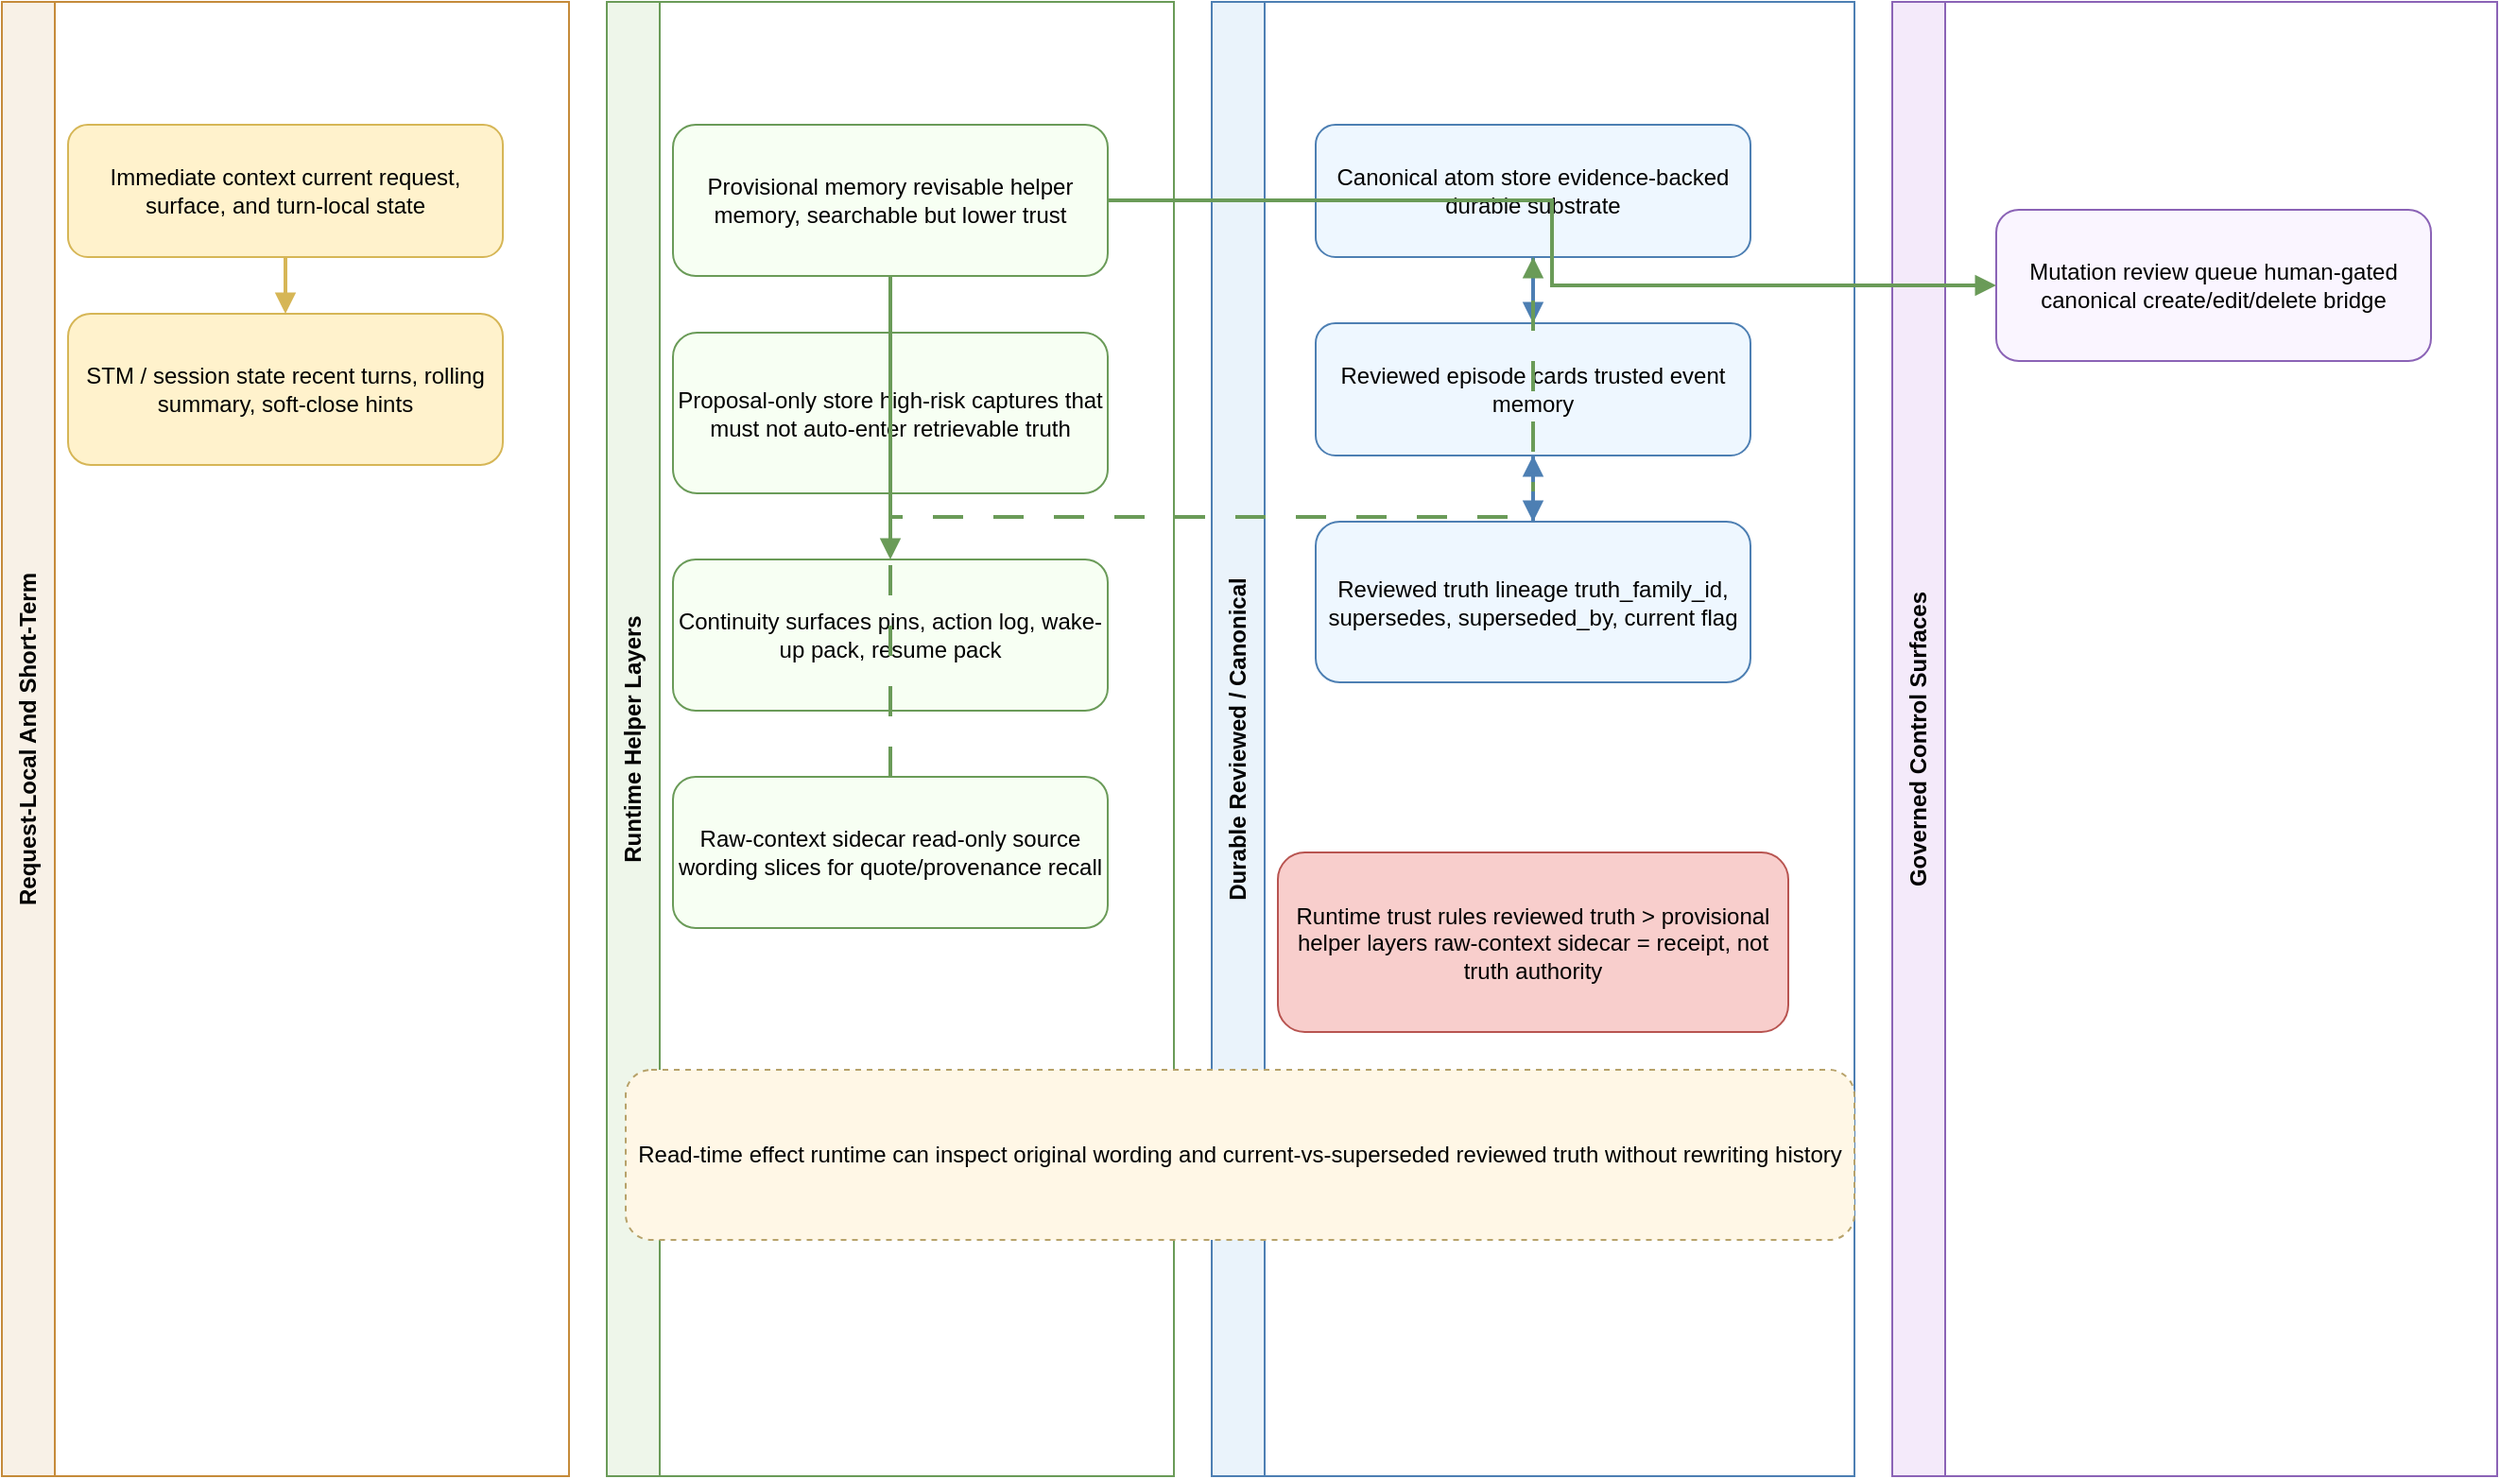
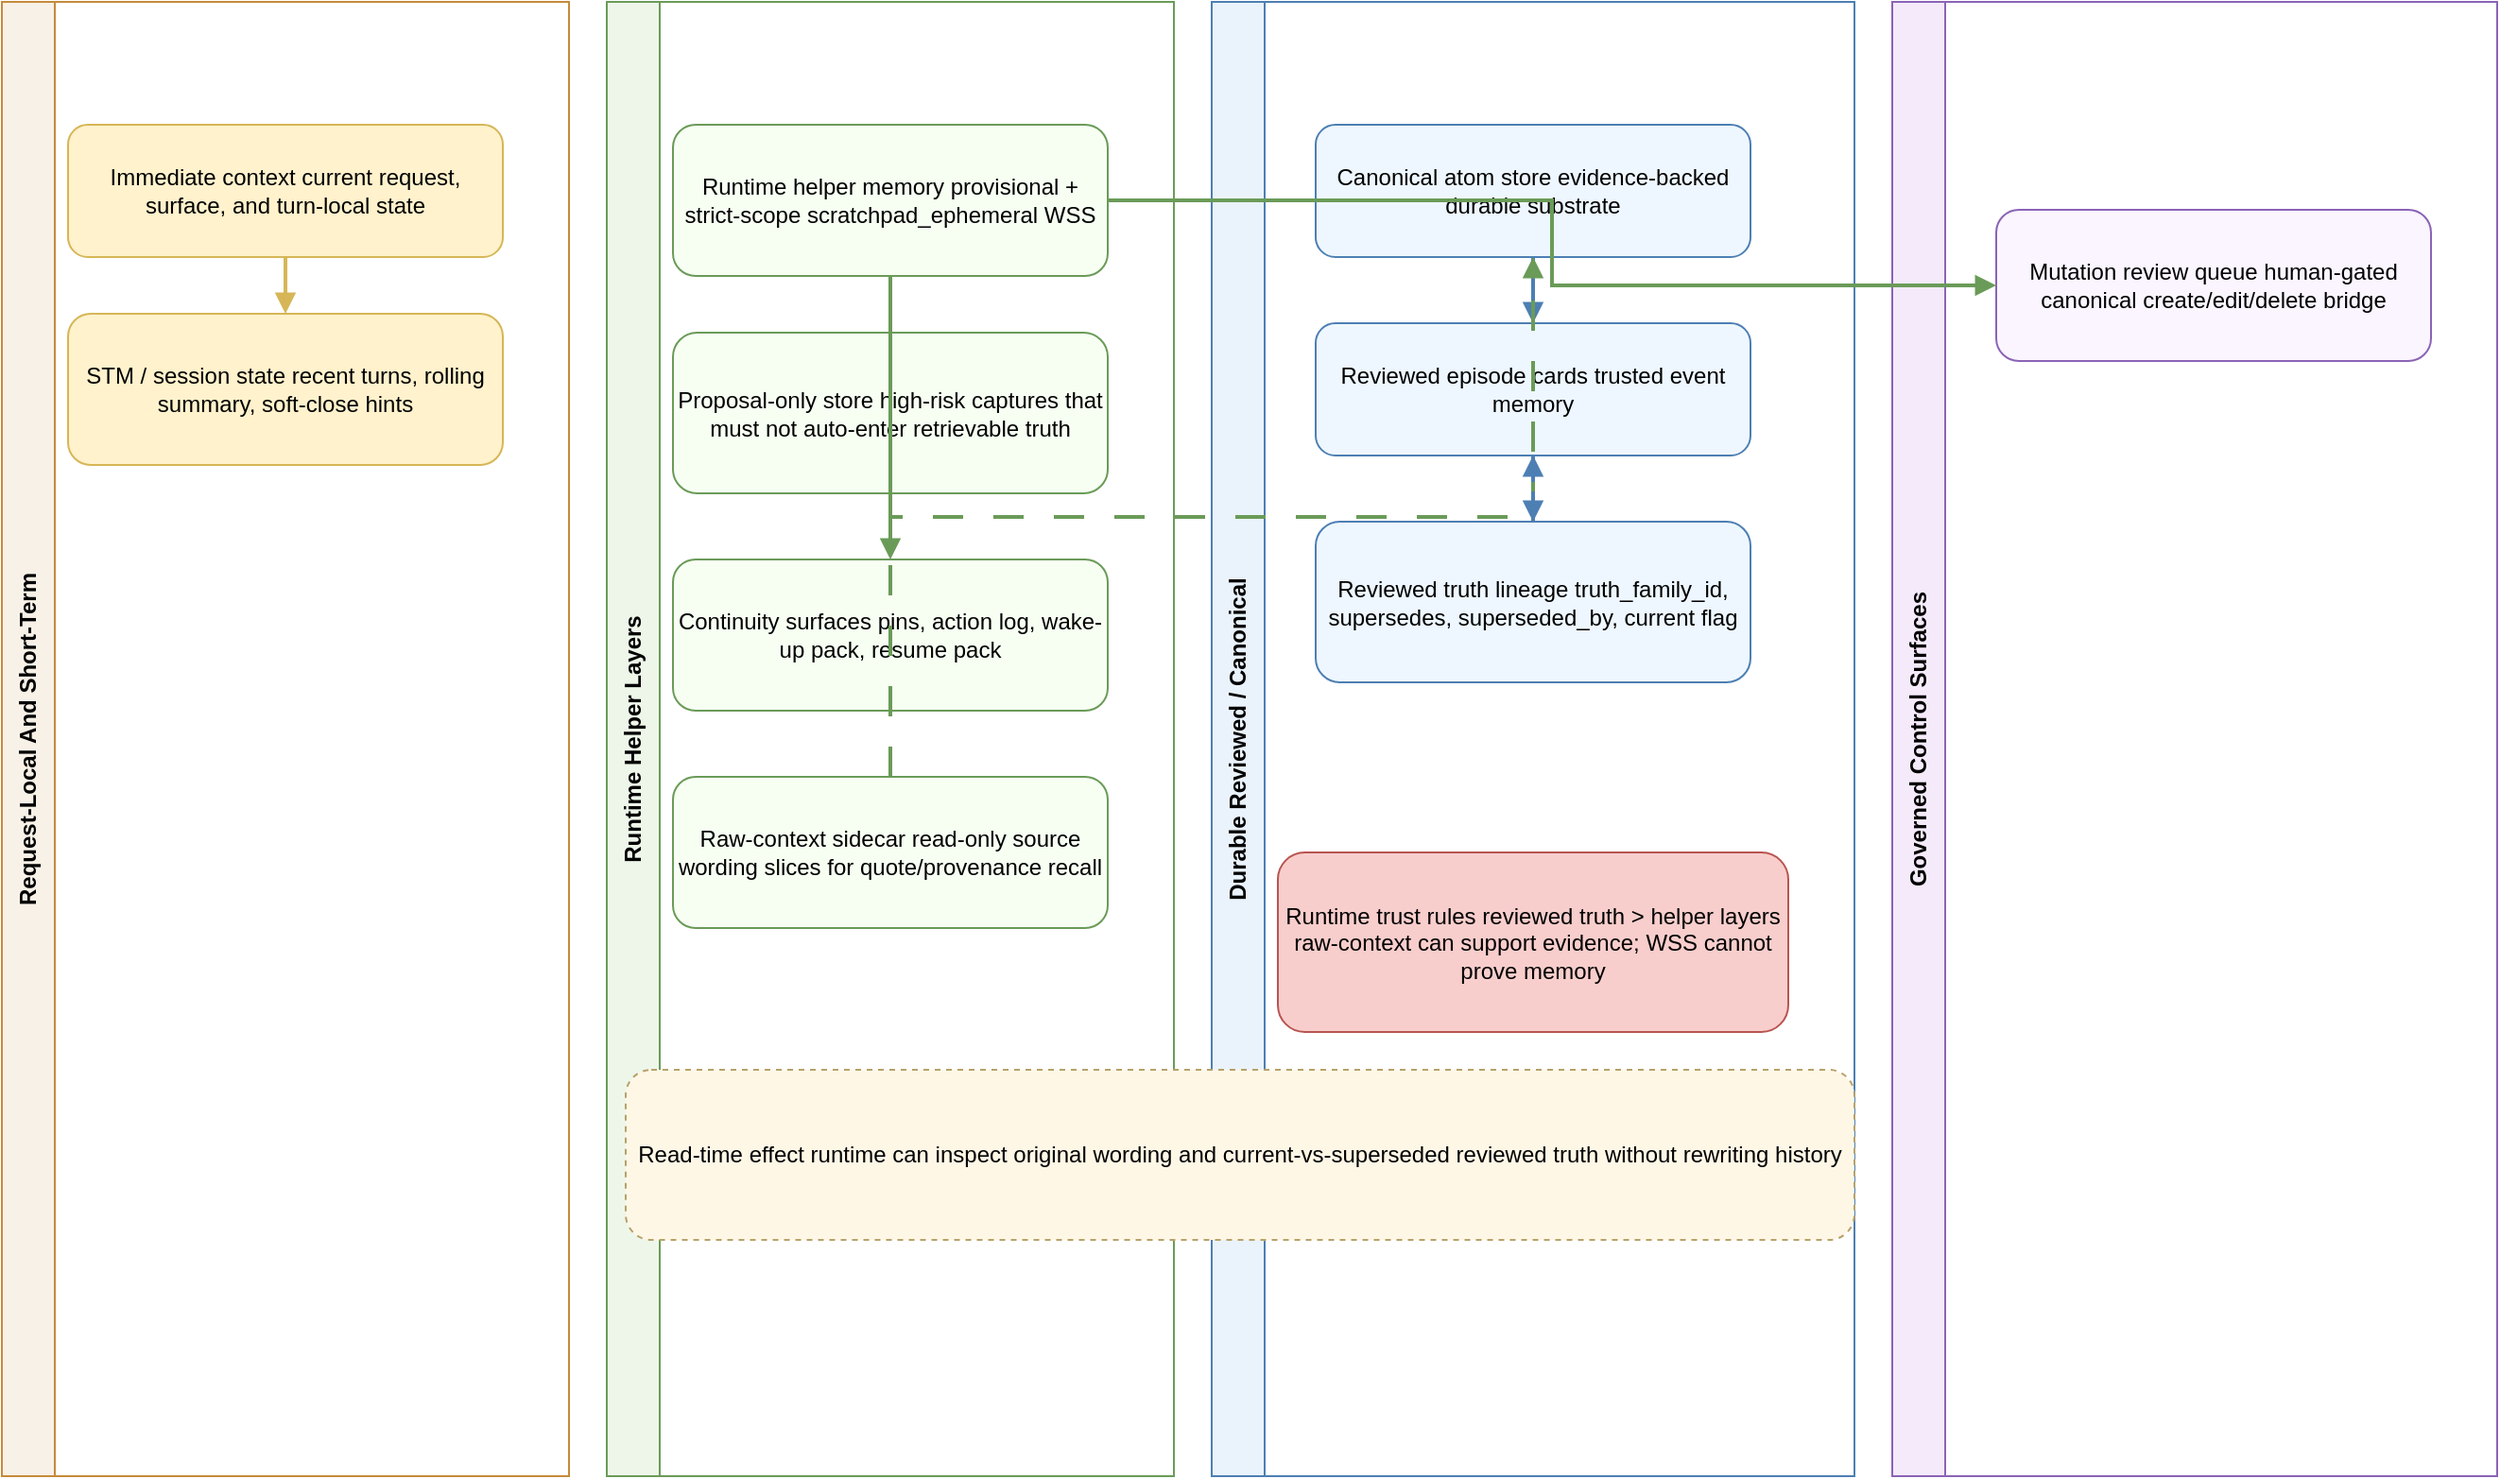
<mxfile host="app.diagrams.net" modified="2026-04-12T23:30:00.000Z" agent="Codex" version="24.7.17">
  <diagram id="current-runtime-memory" name="Engineering Runtime Memory Layers">
    <mxGraphModel dx="1650" dy="1000" grid="1" gridSize="10" guides="1" tooltips="1" connect="1" arrows="1" fold="1" page="1" pageScale="1" pageWidth="1600" pageHeight="980" math="0" shadow="0">
      <root>
        <mxCell id="0" />
        <mxCell id="1" parent="0" />
        <mxCell id="lane1" value="Request-Local And Short-Term" style="swimlane;whiteSpace=wrap;html=1;rounded=0;horizontal=0;startSize=28;fontStyle=1;fillColor=#f8f1e7;strokeColor=#c58b3a;" vertex="1" parent="1">
          <mxGeometry x="20" y="20" width="300" height="780" as="geometry" />
        </mxCell>
        <mxCell id="lane2" value="Runtime Helper Layers" style="swimlane;whiteSpace=wrap;html=1;rounded=0;horizontal=0;startSize=28;fontStyle=1;fillColor=#eef6ea;strokeColor=#6a9b58;" vertex="1" parent="1">
          <mxGeometry x="340" y="20" width="300" height="780" as="geometry" />
        </mxCell>
        <mxCell id="lane3" value="Durable Reviewed / Canonical" style="swimlane;whiteSpace=wrap;html=1;rounded=0;horizontal=0;startSize=28;fontStyle=1;fillColor=#eaf3fb;strokeColor=#4d7fb3;" vertex="1" parent="1">
          <mxGeometry x="660" y="20" width="340" height="780" as="geometry" />
        </mxCell>
        <mxCell id="lane4" value="Governed Control Surfaces" style="swimlane;whiteSpace=wrap;html=1;rounded=0;horizontal=0;startSize=28;fontStyle=1;fillColor=#f4eafa;strokeColor=#8b63b6;" vertex="1" parent="1">
          <mxGeometry x="1020" y="20" width="320" height="780" as="geometry" />
        </mxCell>
        <mxCell id="ra" value="Immediate context&amp;#10;current request, surface, and turn-local state" style="rounded=1;whiteSpace=wrap;html=1;fillColor=#fff2cc;strokeColor=#d6b656;" vertex="1" parent="1">
          <mxGeometry x="55" y="85" width="230" height="70" as="geometry" />
        </mxCell>
        <mxCell id="rb" value="STM / session state&amp;#10;recent turns, rolling summary, soft-close hints" style="rounded=1;whiteSpace=wrap;html=1;fillColor=#fff2cc;strokeColor=#d6b656;" vertex="1" parent="1">
          <mxGeometry x="55" y="185" width="230" height="80" as="geometry" />
        </mxCell>
-         <mxCell id="rc" value="Provisional memory&amp;#10;revisable helper memory, searchable but lower trust" style="rounded=1;whiteSpace=wrap;html=1;fillColor=#f7fff3;strokeColor=#6a9b58;" vertex="1" parent="1">
+         <mxCell id="rc" value="Runtime helper memory&amp;#10;provisional + strict-scope scratchpad_ephemeral WSS" style="rounded=1;whiteSpace=wrap;html=1;fillColor=#f7fff3;strokeColor=#6a9b58;" vertex="1" parent="1">
          <mxGeometry x="375" y="85" width="230" height="80" as="geometry" />
        </mxCell>
        <mxCell id="rd" value="Proposal-only store&amp;#10;high-risk captures that must not auto-enter retrievable truth" style="rounded=1;whiteSpace=wrap;html=1;fillColor=#f7fff3;strokeColor=#6a9b58;" vertex="1" parent="1">
          <mxGeometry x="375" y="195" width="230" height="85" as="geometry" />
        </mxCell>
        <mxCell id="re" value="Continuity surfaces&amp;#10;pins, action log, wake-up pack, resume pack" style="rounded=1;whiteSpace=wrap;html=1;fillColor=#f7fff3;strokeColor=#6a9b58;" vertex="1" parent="1">
          <mxGeometry x="375" y="315" width="230" height="80" as="geometry" />
        </mxCell>
        <mxCell id="rf" value="Raw-context sidecar&amp;#10;read-only source wording slices for quote/provenance recall" style="rounded=1;whiteSpace=wrap;html=1;fillColor=#f7fff3;strokeColor=#6a9b58;" vertex="1" parent="1">
          <mxGeometry x="375" y="430" width="230" height="80" as="geometry" />
        </mxCell>
        <mxCell id="rg" value="Canonical atom store&amp;#10;evidence-backed durable substrate" style="rounded=1;whiteSpace=wrap;html=1;fillColor=#eef7ff;strokeColor=#4d7fb3;" vertex="1" parent="1">
          <mxGeometry x="715" y="85" width="230" height="70" as="geometry" />
        </mxCell>
        <mxCell id="rh" value="Reviewed episode cards&amp;#10;trusted event memory" style="rounded=1;whiteSpace=wrap;html=1;fillColor=#eef7ff;strokeColor=#4d7fb3;" vertex="1" parent="1">
          <mxGeometry x="715" y="190" width="230" height="70" as="geometry" />
        </mxCell>
        <mxCell id="ri" value="Reviewed truth lineage&amp;#10;truth_family_id, supersedes, superseded_by, current flag" style="rounded=1;whiteSpace=wrap;html=1;fillColor=#eef7ff;strokeColor=#4d7fb3;" vertex="1" parent="1">
          <mxGeometry x="715" y="295" width="230" height="85" as="geometry" />
        </mxCell>
        <mxCell id="rj" value="Mutation review queue&amp;#10;human-gated canonical create/edit/delete bridge" style="rounded=1;whiteSpace=wrap;html=1;fillColor=#faf5ff;strokeColor=#8b63b6;" vertex="1" parent="1">
          <mxGeometry x="1075" y="130" width="230" height="80" as="geometry" />
        </mxCell>
-         <mxCell id="rk" value="Runtime trust rules&amp;#10;reviewed truth &amp;gt; provisional helper layers&amp;#10;raw-context sidecar = receipt, not truth authority" style="rounded=1;whiteSpace=wrap;html=1;fillColor=#f8cecc;strokeColor=#b85450;" vertex="1" parent="1">
+         <mxCell id="rk" value="Runtime trust rules&amp;#10;reviewed truth &amp;gt; helper layers&amp;#10;raw-context can support evidence; WSS cannot prove memory" style="rounded=1;whiteSpace=wrap;html=1;fillColor=#f8cecc;strokeColor=#b85450;" vertex="1" parent="1">
          <mxGeometry x="695" y="470" width="270" height="95" as="geometry" />
        </mxCell>
        <mxCell id="rl" value="Read-time effect&amp;#10;runtime can inspect original wording and current-vs-superseded reviewed truth without rewriting history" style="rounded=1;whiteSpace=wrap;html=1;fillColor=#fff7e6;strokeColor=#b7a26a;dashed=1;fontStyle=0;" vertex="1" parent="1">
          <mxGeometry x="350" y="585" width="650" height="90" as="geometry" />
        </mxCell>
        <mxCell id="e2" edge="1" parent="1" source="ra" target="rb" style="edgeStyle=orthogonalEdgeStyle;orthogonalLoop=1;jettySize=auto;jumpStyle=arc;jumpSize=6;endArrow=block;endFill=1;html=1;rounded=0;strokeWidth=2;strokeColor=#d6b656;entryX=0.5;entryY=0;entryPerimeter=1;exitX=0.5;exitY=1;exitPerimeter=1;">
          <mxGeometry relative="1" as="geometry" />
        </mxCell>
        <mxCell id="e3" edge="1" parent="1" source="rc" target="re" style="edgeStyle=orthogonalEdgeStyle;orthogonalLoop=1;jettySize=auto;jumpStyle=arc;jumpSize=6;endArrow=block;endFill=1;html=1;rounded=0;strokeWidth=2;strokeColor=#6a9b58;entryX=0.5;entryY=0;entryPerimeter=1;exitX=0.5;exitY=1;exitPerimeter=1;">
          <mxGeometry relative="1" as="geometry" />
        </mxCell>
        <mxCell id="e4" edge="1" parent="1" source="rg" target="rh" style="edgeStyle=orthogonalEdgeStyle;orthogonalLoop=1;jettySize=auto;jumpStyle=arc;jumpSize=6;endArrow=block;endFill=1;html=1;rounded=0;strokeWidth=2;strokeColor=#4d7fb3;entryX=0.5;entryY=0;entryPerimeter=1;exitX=0.5;exitY=1;exitPerimeter=1;">
          <mxGeometry relative="1" as="geometry" />
        </mxCell>
        <mxCell id="e5" edge="1" parent="1" source="rh" target="ri" style="edgeStyle=orthogonalEdgeStyle;orthogonalLoop=1;jettySize=auto;jumpStyle=arc;jumpSize=6;endArrow=block;endFill=1;html=1;rounded=0;strokeWidth=2;strokeColor=#4d7fb3;entryX=0.5;entryY=0;entryPerimeter=1;exitX=0.5;exitY=1;exitPerimeter=1;">
          <mxGeometry relative="1" as="geometry" />
        </mxCell>
        <mxCell id="e6" edge="1" parent="1" source="rc" target="rj" style="edgeStyle=orthogonalEdgeStyle;orthogonalLoop=1;jettySize=auto;jumpStyle=arc;jumpSize=6;endArrow=block;endFill=1;html=1;rounded=0;strokeWidth=2;strokeColor=#6a9b58;entryX=0;entryY=0.5;entryPerimeter=1;exitX=1;exitY=0.5;exitPerimeter=1;">
          <mxGeometry relative="1" as="geometry" />
        </mxCell>
        <mxCell id="e7" edge="1" parent="1" source="rf" target="rg" style="edgeStyle=orthogonalEdgeStyle;orthogonalLoop=1;jettySize=auto;jumpStyle=arc;jumpSize=6;endArrow=block;endFill=1;html=1;rounded=0;strokeWidth=2;strokeColor=#6a9b58;dashed=1;dashPattern=8 8;entryX=0.5;entryY=1;entryPerimeter=1;exitX=0.5;exitY=0;exitPerimeter=1;">
          <mxGeometry relative="1" as="geometry" />
        </mxCell>
        <mxCell id="e8" edge="1" parent="1" source="ri" target="rh" style="edgeStyle=orthogonalEdgeStyle;orthogonalLoop=1;jettySize=auto;jumpStyle=arc;jumpSize=6;endArrow=block;endFill=1;html=1;rounded=0;strokeWidth=2;strokeColor=#4d7fb3;dashed=1;dashPattern=8 8;entryX=0.5;entryY=1;entryPerimeter=1;exitX=0.5;exitY=0;exitPerimeter=1;">
          <mxGeometry relative="1" as="geometry" />
        </mxCell>
      </root>
    </mxGraphModel>
  </diagram>
  <diagram id="current-runtime-decision" name="Engineering Runtime Decision And Evidence Flow">
    <mxGraphModel dx="1850" dy="1150" grid="1" gridSize="10" guides="1" tooltips="1" connect="1" arrows="1" fold="1" page="1" pageScale="1" pageWidth="1800" pageHeight="1100" math="0" shadow="0">
      <root>
        <mxCell id="0" />
        <mxCell id="1" parent="0" />
        <mxCell id="lane1" value="Entry And Routing" style="swimlane;whiteSpace=wrap;html=1;rounded=0;horizontal=0;startSize=28;fontStyle=1;fillColor=#f8f1e7;strokeColor=#c58b3a;" vertex="1" parent="1">
          <mxGeometry x="20" y="20" width="290" height="860" as="geometry" />
        </mxCell>
        <mxCell id="lane2" value="Retrieval And Assembly" style="swimlane;whiteSpace=wrap;html=1;rounded=0;horizontal=0;startSize=28;fontStyle=1;fillColor=#eef6ea;strokeColor=#6a9b58;" vertex="1" parent="1">
          <mxGeometry x="330" y="20" width="420" height="860" as="geometry" />
        </mxCell>
        <mxCell id="lane3" value="Evidence, Verification, Response" style="swimlane;whiteSpace=wrap;html=1;rounded=0;horizontal=0;startSize=28;fontStyle=1;fillColor=#eaf3fb;strokeColor=#4d7fb3;" vertex="1" parent="1">
          <mxGeometry x="770" y="20" width="420" height="860" as="geometry" />
        </mxCell>
        <mxCell id="lane4" value="Writeback And Governance" style="swimlane;whiteSpace=wrap;html=1;rounded=0;horizontal=0;startSize=28;fontStyle=1;fillColor=#f4eafa;strokeColor=#8b63b6;" vertex="1" parent="1">
          <mxGeometry x="1210" y="20" width="330" height="860" as="geometry" />
        </mxCell>
        <mxCell id="d1" value="Incoming turn&amp;#10;desktop / integration-v1 / MCP / adapter / local chat" style="rounded=1;whiteSpace=wrap;html=1;fillColor=#fff2cc;strokeColor=#d6b656;" vertex="1" parent="1">
          <mxGeometry x="55" y="90" width="220" height="70" as="geometry" />
        </mxCell>
        <mxCell id="d2" value="Runtime router + query shaping&amp;#10;none / stm_only / ltm_light / ltm_deep / hybrid" style="rounded=1;whiteSpace=wrap;html=1;fillColor=#fff2cc;strokeColor=#d6b656;" vertex="1" parent="1">
          <mxGeometry x="55" y="195" width="220" height="80" as="geometry" />
        </mxCell>
        <mxCell id="d3" value="STM retrieval&amp;#10;short-thread overlap and summary fit" style="rounded=1;whiteSpace=wrap;html=1;fillColor=#d5e8d4;strokeColor=#82b366;" vertex="1" parent="1">
          <mxGeometry x="365" y="80" width="250" height="70" as="geometry" />
        </mxCell>
-         <mxCell id="d4" value="LTM retrieval&amp;#10;atoms + reviewed cards + helper layers" style="rounded=1;whiteSpace=wrap;html=1;fillColor=#d5e8d4;strokeColor=#82b366;" vertex="1" parent="1">
+         <mxCell id="d4" value="LTM retrieval&amp;#10;atoms + reviewed cards + retrieval helper layers" style="rounded=1;whiteSpace=wrap;html=1;fillColor=#d5e8d4;strokeColor=#82b366;" vertex="1" parent="1">
          <mxGeometry x="365" y="180" width="250" height="70" as="geometry" />
        </mxCell>
        <mxCell id="d5" value="ANN candidate helper&amp;#10;bounded additive shortlist assist only" style="rounded=1;whiteSpace=wrap;html=1;fillColor=#d5e8d4;strokeColor=#82b366;" vertex="1" parent="1">
          <mxGeometry x="365" y="280" width="250" height="70" as="geometry" />
        </mxCell>
        <mxCell id="d6" value="Lineage-aware reviewed resolution&amp;#10;current reviewed truth outranks older superseded reviewed cards" style="rounded=1;whiteSpace=wrap;html=1;fillColor=#d5e8d4;strokeColor=#82b366;" vertex="1" parent="1">
          <mxGeometry x="365" y="380" width="250" height="85" as="geometry" />
        </mxCell>
        <mxCell id="d7" value="Fusion + guarded shortlist&amp;#10;shared-rule ranking, support, and tie-breaks" style="rounded=1;whiteSpace=wrap;html=1;fillColor=#d5e8d4;strokeColor=#82b366;" vertex="1" parent="1">
          <mxGeometry x="365" y="495" width="250" height="75" as="geometry" />
        </mxCell>
-         <mxCell id="d8" value="Evidence pack assembly&amp;#10;bounded core / context / continuity / conflict sections" style="rounded=1;whiteSpace=wrap;html=1;fillColor=#dae8fc;strokeColor=#6c8ebf;" vertex="1" parent="1">
+         <mxCell id="d8" value="Context package assembly&amp;#10;bounded evidence + WSS only when strict scope is present" style="rounded=1;whiteSpace=wrap;html=1;fillColor=#dae8fc;strokeColor=#6c8ebf;" vertex="1" parent="1">
          <mxGeometry x="815" y="110" width="280" height="80" as="geometry" />
        </mxCell>
        <mxCell id="d9" value="Raw-context quote / provenance expansion&amp;#10;only for explicit wording or source-context requests" style="rounded=1;whiteSpace=wrap;html=1;fillColor=#dae8fc;strokeColor=#6c8ebf;" vertex="1" parent="1">
          <mxGeometry x="815" y="225" width="280" height="80" as="geometry" />
        </mxCell>
        <mxCell id="d10" value="Verifier and answer path&amp;#10;PASS / ABSTAIN / CLARIFY / NO_MEMORY" style="rounded=1;whiteSpace=wrap;html=1;fillColor=#dae8fc;strokeColor=#6c8ebf;" vertex="1" parent="1">
          <mxGeometry x="815" y="340" width="280" height="80" as="geometry" />
        </mxCell>
        <mxCell id="d11" value="Final output surface&amp;#10;answer text + memory cards + citations + why data" style="rounded=1;whiteSpace=wrap;html=1;fillColor=#dae8fc;strokeColor=#6c8ebf;" vertex="1" parent="1">
          <mxGeometry x="815" y="455" width="280" height="80" as="geometry" />
        </mxCell>
        <mxCell id="d12" value="Post-turn capture&amp;#10;STM update + low-risk provisional capture" style="rounded=1;whiteSpace=wrap;html=1;fillColor=#faf5ff;strokeColor=#8b63b6;" vertex="1" parent="1">
          <mxGeometry x="1255" y="120" width="240" height="75" as="geometry" />
        </mxCell>
        <mxCell id="d13" value="Proposal-only writeback&amp;#10;high-risk memory stays gated" style="rounded=1;whiteSpace=wrap;html=1;fillColor=#faf5ff;strokeColor=#8b63b6;" vertex="1" parent="1">
          <mxGeometry x="1255" y="230" width="240" height="75" as="geometry" />
        </mxCell>
        <mxCell id="d14" value="Human review / resolve&amp;#10;durable truth changes still require explicit review" style="rounded=1;whiteSpace=wrap;html=1;fillColor=#faf5ff;strokeColor=#8b63b6;" vertex="1" parent="1">
          <mxGeometry x="1255" y="340" width="240" height="80" as="geometry" />
        </mxCell>
-         <mxCell id="d15" value="Key rule&amp;#10;retrieval success does not equal truth authority; wording receipts and helper lanes support evidence but do not replace reviewed truth" style="rounded=1;whiteSpace=wrap;html=1;fillColor=#f8cecc;strokeColor=#b85450;" vertex="1" parent="1">
+         <mxCell id="d15" value="Key rule&amp;#10;retrieval success does not equal truth authority; scratchpad_ephemeral WSS cannot replace reviewed truth" style="rounded=1;whiteSpace=wrap;html=1;fillColor=#f8cecc;strokeColor=#b85450;" vertex="1" parent="1">
          <mxGeometry x="800" y="590" width="310" height="95" as="geometry" />
        </mxCell>
        <mxCell id="e2" edge="1" parent="1" source="d1" target="d2" style="edgeStyle=orthogonalEdgeStyle;orthogonalLoop=1;jettySize=auto;jumpStyle=arc;jumpSize=6;endArrow=block;endFill=1;html=1;rounded=0;strokeWidth=2;strokeColor=#d6b656;entryX=0.5;entryY=0;entryPerimeter=1;exitX=0.5;exitY=1;exitPerimeter=1;">
          <mxGeometry relative="1" as="geometry" />
        </mxCell>
        <mxCell id="e3" edge="1" parent="1" source="d2" target="d3" style="edgeStyle=orthogonalEdgeStyle;orthogonalLoop=1;jettySize=auto;jumpStyle=arc;jumpSize=6;endArrow=block;endFill=1;html=1;rounded=0;strokeWidth=2;strokeColor=#d6b656;entryX=0;entryY=0.5;entryPerimeter=1;exitX=1;exitY=0.5;exitPerimeter=1;">
          <mxGeometry relative="1" as="geometry" />
        </mxCell>
        <mxCell id="e4" edge="1" parent="1" source="d2" target="d4" style="edgeStyle=orthogonalEdgeStyle;orthogonalLoop=1;jettySize=auto;jumpStyle=arc;jumpSize=6;endArrow=block;endFill=1;html=1;rounded=0;strokeWidth=2;strokeColor=#d6b656;entryX=0;entryY=0.5;entryPerimeter=1;exitX=1;exitY=0.5;exitPerimeter=1;">
          <mxGeometry relative="1" as="geometry" />
        </mxCell>
        <mxCell id="e5" edge="1" parent="1" source="d4" target="d5" style="edgeStyle=orthogonalEdgeStyle;orthogonalLoop=1;jettySize=auto;jumpStyle=arc;jumpSize=6;endArrow=block;endFill=1;html=1;rounded=0;strokeWidth=2;strokeColor=#82b366;entryX=0.5;entryY=0;entryPerimeter=1;exitX=0.5;exitY=1;exitPerimeter=1;">
          <mxGeometry relative="1" as="geometry" />
        </mxCell>
        <mxCell id="e6" edge="1" parent="1" source="d4" target="d6" style="edgeStyle=orthogonalEdgeStyle;orthogonalLoop=1;jettySize=auto;jumpStyle=arc;jumpSize=6;endArrow=block;endFill=1;html=1;rounded=0;strokeWidth=2;strokeColor=#82b366;entryX=0.5;entryY=0;entryPerimeter=1;exitX=0.5;exitY=1;exitPerimeter=1;">
          <mxGeometry relative="1" as="geometry" />
        </mxCell>
        <mxCell id="e7" edge="1" parent="1" source="d3" target="d7" style="edgeStyle=orthogonalEdgeStyle;orthogonalLoop=1;jettySize=auto;jumpStyle=arc;jumpSize=6;endArrow=block;endFill=1;html=1;rounded=0;strokeWidth=2;strokeColor=#82b366;entryX=0.5;entryY=0;entryPerimeter=1;exitX=0.5;exitY=1;exitPerimeter=1;">
          <mxGeometry relative="1" as="geometry" />
        </mxCell>
        <mxCell id="e8" edge="1" parent="1" source="d5" target="d7" style="edgeStyle=orthogonalEdgeStyle;orthogonalLoop=1;jettySize=auto;jumpStyle=arc;jumpSize=6;endArrow=block;endFill=1;html=1;rounded=0;strokeWidth=2;strokeColor=#82b366;entryX=0.5;entryY=0;entryPerimeter=1;exitX=0.5;exitY=1;exitPerimeter=1;">
          <mxGeometry relative="1" as="geometry" />
        </mxCell>
        <mxCell id="e9" edge="1" parent="1" source="d6" target="d7" style="edgeStyle=orthogonalEdgeStyle;orthogonalLoop=1;jettySize=auto;jumpStyle=arc;jumpSize=6;endArrow=block;endFill=1;html=1;rounded=0;strokeWidth=2;strokeColor=#82b366;entryX=0.5;entryY=0;entryPerimeter=1;exitX=0.5;exitY=1;exitPerimeter=1;">
          <mxGeometry relative="1" as="geometry" />
        </mxCell>
        <mxCell id="e10" edge="1" parent="1" source="d7" target="d8" style="edgeStyle=orthogonalEdgeStyle;orthogonalLoop=1;jettySize=auto;jumpStyle=arc;jumpSize=6;endArrow=block;endFill=1;html=1;rounded=0;strokeWidth=2;strokeColor=#82b366;entryX=0;entryY=0.5;entryPerimeter=1;exitX=1;exitY=0.5;exitPerimeter=1;">
          <mxGeometry relative="1" as="geometry" />
        </mxCell>
        <mxCell id="e11" edge="1" parent="1" source="d8" target="d9" style="edgeStyle=orthogonalEdgeStyle;orthogonalLoop=1;jettySize=auto;jumpStyle=arc;jumpSize=6;endArrow=block;endFill=1;html=1;rounded=0;strokeWidth=2;strokeColor=#6c8ebf;entryX=0.5;entryY=0;entryPerimeter=1;exitX=0.5;exitY=1;exitPerimeter=1;">
          <mxGeometry relative="1" as="geometry" />
        </mxCell>
        <mxCell id="e12" edge="1" parent="1" source="d8" target="d10" style="edgeStyle=orthogonalEdgeStyle;orthogonalLoop=1;jettySize=auto;jumpStyle=arc;jumpSize=6;endArrow=block;endFill=1;html=1;rounded=0;strokeWidth=2;strokeColor=#6c8ebf;entryX=0.5;entryY=0;entryPerimeter=1;exitX=0.5;exitY=1;exitPerimeter=1;">
          <mxGeometry relative="1" as="geometry" />
        </mxCell>
        <mxCell id="e13" edge="1" parent="1" source="d9" target="d10" style="edgeStyle=orthogonalEdgeStyle;orthogonalLoop=1;jettySize=auto;jumpStyle=arc;jumpSize=6;endArrow=block;endFill=1;html=1;rounded=0;strokeWidth=2;strokeColor=#6c8ebf;entryX=0.5;entryY=0;entryPerimeter=1;exitX=0.5;exitY=1;exitPerimeter=1;">
          <mxGeometry relative="1" as="geometry" />
        </mxCell>
        <mxCell id="e14" edge="1" parent="1" source="d10" target="d11" style="edgeStyle=orthogonalEdgeStyle;orthogonalLoop=1;jettySize=auto;jumpStyle=arc;jumpSize=6;endArrow=block;endFill=1;html=1;rounded=0;strokeWidth=2;strokeColor=#6c8ebf;entryX=0.5;entryY=0;entryPerimeter=1;exitX=0.5;exitY=1;exitPerimeter=1;">
          <mxGeometry relative="1" as="geometry" />
        </mxCell>
        <mxCell id="e15" edge="1" parent="1" source="d11" target="d12" style="edgeStyle=orthogonalEdgeStyle;orthogonalLoop=1;jettySize=auto;jumpStyle=arc;jumpSize=6;endArrow=block;endFill=1;html=1;rounded=0;strokeWidth=2;strokeColor=#6c8ebf;entryX=0;entryY=0.5;entryPerimeter=1;exitX=1;exitY=0.5;exitPerimeter=1;">
          <mxGeometry relative="1" as="geometry" />
        </mxCell>
        <mxCell id="e16" edge="1" parent="1" source="d11" target="d13" style="edgeStyle=orthogonalEdgeStyle;orthogonalLoop=1;jettySize=auto;jumpStyle=arc;jumpSize=6;endArrow=block;endFill=1;html=1;rounded=0;strokeWidth=2;strokeColor=#6c8ebf;entryX=0;entryY=0.5;entryPerimeter=1;exitX=1;exitY=0.5;exitPerimeter=1;">
          <mxGeometry relative="1" as="geometry" />
        </mxCell>
        <mxCell id="e17" edge="1" parent="1" source="d13" target="d14" style="edgeStyle=orthogonalEdgeStyle;orthogonalLoop=1;jettySize=auto;jumpStyle=arc;jumpSize=6;endArrow=block;endFill=1;html=1;rounded=0;strokeWidth=2;strokeColor=#8b63b6;entryX=0.5;entryY=0;entryPerimeter=1;exitX=0.5;exitY=1;exitPerimeter=1;">
          <mxGeometry relative="1" as="geometry" />
        </mxCell>
      </root>
    </mxGraphModel>
  </diagram>
  <diagram id="current-runtime-caveman" name="Caveman Runtime Memory And Decision">
    <mxGraphModel dx="1500" dy="950" grid="1" gridSize="10" guides="1" tooltips="1" connect="1" arrows="1" fold="1" page="1" pageScale="1" pageWidth="1500" pageHeight="940" math="0" shadow="0">
      <root>
        <mxCell id="0" />
        <mxCell id="1" parent="0" />
        <mxCell id="v1" value="1. Someone asks MNO for memory help." style="rounded=1;whiteSpace=wrap;html=1;fillColor=#fff2cc;strokeColor=#d6b656;" vertex="1" parent="1">
          <mxGeometry x="70" y="90" width="240" height="70" as="geometry" />
        </mxCell>
        <mxCell id="v2" value="2. MNO checks the short-term chat stuff first.&amp;#10;STM = short-term memory for this session." style="rounded=1;whiteSpace=wrap;html=1;fillColor=#fff2cc;strokeColor=#d6b656;" vertex="1" parent="1">
          <mxGeometry x="360" y="90" width="260" height="80" as="geometry" />
        </mxCell>
        <mxCell id="v3" value="3. MNO checks trusted memory and evidence.&amp;#10;That means reviewed cards and atoms." style="rounded=1;whiteSpace=wrap;html=1;fillColor=#d5e8d4;strokeColor=#82b366;" vertex="1" parent="1">
          <mxGeometry x="680" y="90" width="280" height="80" as="geometry" />
        </mxCell>
        <mxCell id="v4" value="4. ANN helps find nearby candidates.&amp;#10;ANN = approximate nearest neighbor." style="rounded=1;whiteSpace=wrap;html=1;fillColor=#d5e8d4;strokeColor=#82b366;" vertex="1" parent="1">
          <mxGeometry x="1020" y="90" width="260" height="80" as="geometry" />
        </mxCell>
        <mxCell id="v5" value="5. If you ask for exact wording, MNO can open the wording receipt lane." style="rounded=1;whiteSpace=wrap;html=1;fillColor=#dae8fc;strokeColor=#6c8ebf;" vertex="1" parent="1">
          <mxGeometry x="120" y="280" width="300" height="90" as="geometry" />
        </mxCell>
        <mxCell id="v6" value="6. If old and corrected reviewed cards exist, MNO prefers the current reviewed one." style="rounded=1;whiteSpace=wrap;html=1;fillColor=#dae8fc;strokeColor=#6c8ebf;" vertex="1" parent="1">
          <mxGeometry x="470" y="280" width="320" height="90" as="geometry" />
        </mxCell>
        <mxCell id="v7" value="7. MNO builds a bounded evidence bundle, not a giant raw dump." style="rounded=1;whiteSpace=wrap;html=1;fillColor=#dae8fc;strokeColor=#6c8ebf;" vertex="1" parent="1">
          <mxGeometry x="850" y="280" width="300" height="80" as="geometry" />
        </mxCell>
        <mxCell id="v8" value="8. MNO answers, abstains, or asks you to clarify." style="rounded=1;whiteSpace=wrap;html=1;fillColor=#dae8fc;strokeColor=#6c8ebf;" vertex="1" parent="1">
          <mxGeometry x="285" y="470" width="280" height="80" as="geometry" />
        </mxCell>
        <mxCell id="v9" value="9. New risky memory still goes to proposal/review, not straight to truth." style="rounded=1;whiteSpace=wrap;html=1;fillColor=#fce5f1;strokeColor=#b8549e;" vertex="1" parent="1">
          <mxGeometry x="655" y="470" width="340" height="90" as="geometry" />
        </mxCell>
-         <mxCell id="v10" value="Words to know&amp;#10;MCP = Model Context Protocol&amp;#10;ANN = approximate nearest neighbor&amp;#10;STM = short-term memory" style="rounded=1;whiteSpace=wrap;html=1;fillColor=#e1d5e7;strokeColor=#9673a6;" vertex="1" parent="1">
+         <mxCell id="v10" value="Words to know&amp;#10;MCP = Model Context Protocol&amp;#10;ANN = approximate nearest neighbor&amp;#10;STM = short-term memory&amp;#10;WSS = work-session scratchpad" style="rounded=1;whiteSpace=wrap;html=1;fillColor=#e1d5e7;strokeColor=#9673a6;" vertex="1" parent="1">
          <mxGeometry x="490" y="630" width="320" height="100" as="geometry" />
        </mxCell>
        <mxCell id="e2" edge="1" parent="1" source="v1" target="v2" style="edgeStyle=orthogonalEdgeStyle;orthogonalLoop=1;jettySize=auto;jumpStyle=arc;jumpSize=6;endArrow=block;endFill=1;html=1;rounded=0;strokeWidth=2;strokeColor=#d6b656;entryX=0;entryY=0.5;entryPerimeter=1;exitX=1;exitY=0.5;exitPerimeter=1;">
          <mxGeometry relative="1" as="geometry" />
        </mxCell>
        <mxCell id="e3" edge="1" parent="1" source="v2" target="v3" style="edgeStyle=orthogonalEdgeStyle;orthogonalLoop=1;jettySize=auto;jumpStyle=arc;jumpSize=6;endArrow=block;endFill=1;html=1;rounded=0;strokeWidth=2;strokeColor=#d6b656;entryX=0;entryY=0.5;entryPerimeter=1;exitX=1;exitY=0.5;exitPerimeter=1;">
          <mxGeometry relative="1" as="geometry" />
        </mxCell>
        <mxCell id="e4" edge="1" parent="1" source="v3" target="v4" style="edgeStyle=orthogonalEdgeStyle;orthogonalLoop=1;jettySize=auto;jumpStyle=arc;jumpSize=6;endArrow=block;endFill=1;html=1;rounded=0;strokeWidth=2;strokeColor=#82b366;entryX=0;entryY=0.5;entryPerimeter=1;exitX=1;exitY=0.5;exitPerimeter=1;">
          <mxGeometry relative="1" as="geometry" />
        </mxCell>
        <mxCell id="e5" edge="1" parent="1" source="v4" target="v5" style="edgeStyle=orthogonalEdgeStyle;orthogonalLoop=1;jettySize=auto;jumpStyle=arc;jumpSize=6;endArrow=block;endFill=1;html=1;rounded=0;strokeWidth=2;strokeColor=#82b366;entryX=1;entryY=0.5;entryPerimeter=1;exitX=0;exitY=0.5;exitPerimeter=1;">
          <mxGeometry relative="1" as="geometry" />
        </mxCell>
        <mxCell id="e6" edge="1" parent="1" source="v4" target="v6" style="edgeStyle=orthogonalEdgeStyle;orthogonalLoop=1;jettySize=auto;jumpStyle=arc;jumpSize=6;endArrow=block;endFill=1;html=1;rounded=0;strokeWidth=2;strokeColor=#82b366;entryX=1;entryY=0.5;entryPerimeter=1;exitX=0;exitY=0.5;exitPerimeter=1;">
          <mxGeometry relative="1" as="geometry" />
        </mxCell>
        <mxCell id="e7" edge="1" parent="1" source="v5" target="v7" style="edgeStyle=orthogonalEdgeStyle;orthogonalLoop=1;jettySize=auto;jumpStyle=arc;jumpSize=6;endArrow=block;endFill=1;html=1;rounded=0;strokeWidth=2;strokeColor=#6c8ebf;entryX=0;entryY=0.5;entryPerimeter=1;exitX=1;exitY=0.5;exitPerimeter=1;">
          <mxGeometry relative="1" as="geometry" />
        </mxCell>
        <mxCell id="e8" edge="1" parent="1" source="v6" target="v7" style="edgeStyle=orthogonalEdgeStyle;orthogonalLoop=1;jettySize=auto;jumpStyle=arc;jumpSize=6;endArrow=block;endFill=1;html=1;rounded=0;strokeWidth=2;strokeColor=#6c8ebf;entryX=0;entryY=0.5;entryPerimeter=1;exitX=1;exitY=0.5;exitPerimeter=1;">
          <mxGeometry relative="1" as="geometry" />
        </mxCell>
        <mxCell id="e9" edge="1" parent="1" source="v7" target="v8" style="edgeStyle=orthogonalEdgeStyle;orthogonalLoop=1;jettySize=auto;jumpStyle=arc;jumpSize=6;endArrow=block;endFill=1;html=1;rounded=0;strokeWidth=2;strokeColor=#6c8ebf;entryX=1;entryY=0.5;entryPerimeter=1;exitX=0;exitY=0.5;exitPerimeter=1;">
          <mxGeometry relative="1" as="geometry" />
        </mxCell>
        <mxCell id="e10" edge="1" parent="1" source="v8" target="v9" style="edgeStyle=orthogonalEdgeStyle;orthogonalLoop=1;jettySize=auto;jumpStyle=arc;jumpSize=6;endArrow=block;endFill=1;html=1;rounded=0;strokeWidth=2;strokeColor=#6c8ebf;entryX=0;entryY=0.5;entryPerimeter=1;exitX=1;exitY=0.5;exitPerimeter=1;">
          <mxGeometry relative="1" as="geometry" />
        </mxCell>
      </root>
    </mxGraphModel>
  </diagram>
- </mxfile>+ </mxfile>
